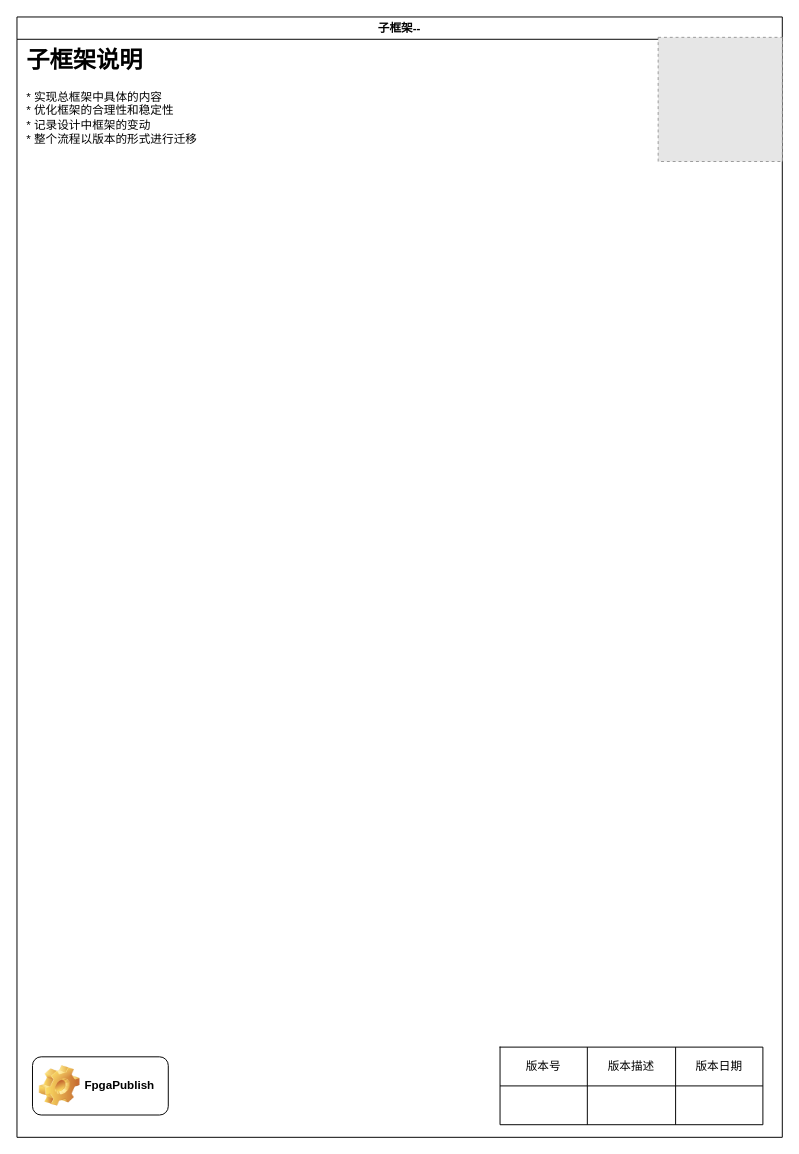
The draw.io diagram page "子框架1--摄像头" (2 of 3) of smart_eye_exec_flow/smart_eye_flow_manual.drawio in FpgaPublish/k0_smart_eye, before the edit. Source tidied: cells renumbered, new cells numbered last; positions are measured from the earlier drawing's top-left corner, leaving out a move shared by most shapes. Both pictures are drawn from the tidied source at 97%, with x=0, y=0 at pixel (16, 16). Pictures stored in the file or linked from it are replaced by grey dashed boxes.
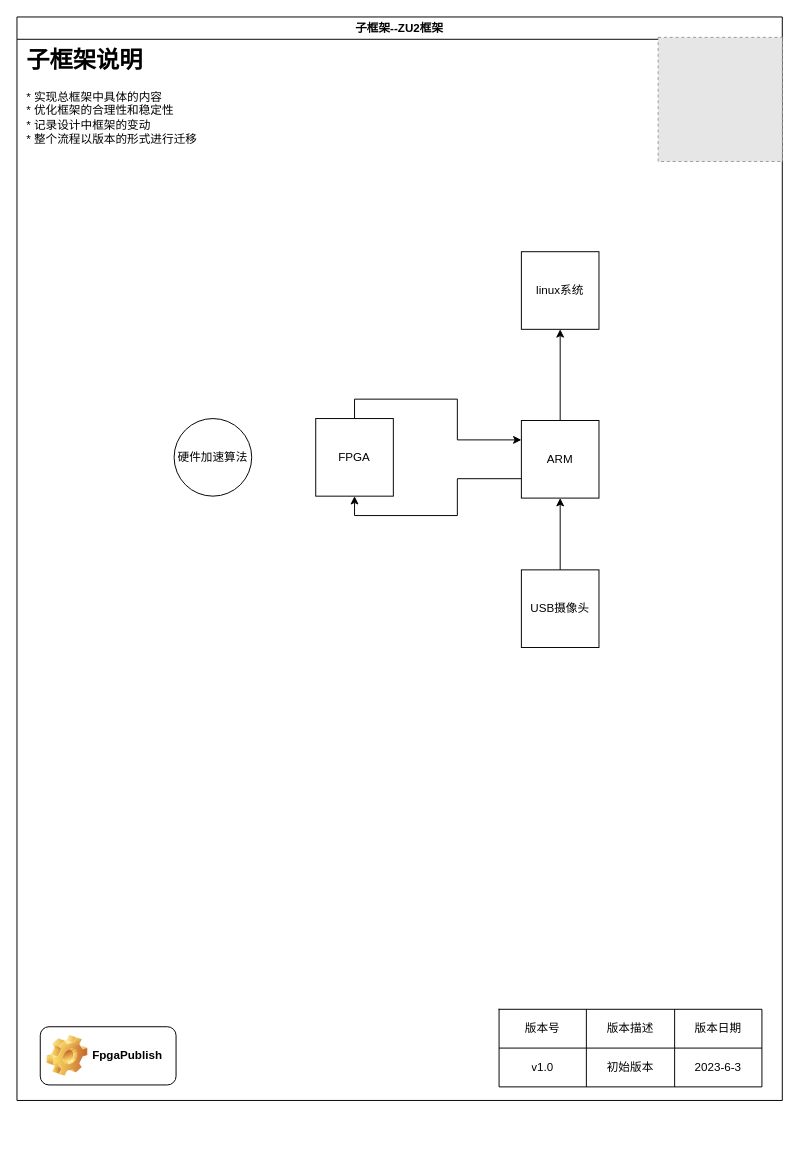
The same diagram, later.

Change to the diagram source:
```diff
@@
-    <mxCell id="2" value="子框架--" style="swimlane;" parent="1" vertex="1">
-      <mxGeometry width="789" height="1155" as="geometry" />
+    <mxCell id="2" value="子框架--ZU2框架" style="swimlane;" parent="1" vertex="1">
+      <mxGeometry width="789" height="1117" as="geometry" />
     </mxCell>
@@
-    <mxCell id="5" style="shape=table;startSize=0;childLayout=tableLayout;" parent="2" vertex="1">
-      <mxGeometry x="498" y="1062" width="271" height="80" as="geometry" />
-    </mxCell>
+    <mxCell id="14" value="FpgaPublish" style="label;whiteSpace=wrap;html=1;image=img/clipart/Gear_128x128.png;" parent="2" vertex="1">
+      <mxGeometry x="24" y="1041" width="140" height="60" as="geometry" />
+    </mxCell>
+    <mxCell id="15" style="edgeStyle=orthogonalEdgeStyle;rounded=0;jettySize=auto;html=1;exitX=0.5;exitY=0;exitDx=0;exitDy=0;entryX=0;entryY=0.25;entryDx=0;entryDy=0;" parent="2" edge="1" source="16" target="19">
+      <mxGeometry relative="1" as="geometry" />
+    </mxCell>
+    <mxCell id="16" value="FPGA" style="whiteSpace=wrap;html=1;" parent="2" vertex="1">
+      <mxGeometry x="308" y="414" width="80" height="80" as="geometry" />
+    </mxCell>
+    <mxCell id="17" style="edgeStyle=orthogonalEdgeStyle;rounded=0;jettySize=auto;html=1;exitX=0.5;exitY=0;exitDx=0;exitDy=0;entryX=0.5;entryY=1;entryDx=0;entryDy=0;" parent="2" edge="1" source="19" target="22">
+      <mxGeometry relative="1" as="geometry" />
+    </mxCell>
+    <mxCell id="18" style="edgeStyle=orthogonalEdgeStyle;rounded=0;jettySize=auto;html=1;exitX=0;exitY=0.75;exitDx=0;exitDy=0;entryX=0.5;entryY=1;entryDx=0;entryDy=0;" parent="2" edge="1" source="19" target="16">
+      <mxGeometry relative="1" as="geometry" />
+    </mxCell>
+    <mxCell id="19" value="ARM" style="whiteSpace=wrap;html=1;" parent="2" vertex="1">
+      <mxGeometry x="520" y="416" width="80" height="80" as="geometry" />
+    </mxCell>
+    <mxCell id="20" style="edgeStyle=orthogonalEdgeStyle;rounded=0;jettySize=auto;html=1;exitX=0.5;exitY=0;exitDx=0;exitDy=0;" parent="2" edge="1" source="21" target="19">
+      <mxGeometry relative="1" as="geometry" />
+    </mxCell>
+    <mxCell id="21" value="USB摄像头" style="whiteSpace=wrap;html=1;" parent="2" vertex="1">
+      <mxGeometry x="520" y="570" width="80" height="80" as="geometry" />
+    </mxCell>
+    <mxCell id="22" value="linux系统" style="whiteSpace=wrap;html=1;" parent="2" vertex="1">
+      <mxGeometry x="520" y="242" width="80" height="80" as="geometry" />
+    </mxCell>
+    <mxCell id="23" value="硬件加速算法" style="ellipse;whiteSpace=wrap;html=1;" parent="2" vertex="1">
+      <mxGeometry x="162" y="414" width="80" height="80" as="geometry" />
+    </mxCell>
+    <mxCell id="24" style="shape=table;startSize=0;childLayout=tableLayout;" parent="2" vertex="1">
+      <mxGeometry x="497" y="1023" width="271" height="80" as="geometry" />
+    </mxCell>
-    <mxCell id="6" style="shape=tableRow;horizontal=0;startSize=0;swimlaneHead=0;swimlaneBody=0;top=0;left=0;bottom=0;right=0;fillColor=none;" parent="5" vertex="1">
+    <mxCell id="6" style="shape=tableRow;horizontal=0;startSize=0;swimlaneHead=0;swimlaneBody=0;top=0;left=0;bottom=0;right=0;fillColor=none;" parent="24" vertex="1">
       <mxGeometry width="271" height="40" as="geometry" />
     </mxCell>
@@
-    <mxCell id="10" style="shape=tableRow;horizontal=0;startSize=0;swimlaneHead=0;swimlaneBody=0;top=0;left=0;bottom=0;right=0;fillColor=none;" parent="5" vertex="1">
+    <mxCell id="10" style="shape=tableRow;horizontal=0;startSize=0;swimlaneHead=0;swimlaneBody=0;top=0;left=0;bottom=0;right=0;fillColor=none;" parent="24" vertex="1">
       <mxGeometry y="40" width="271" height="40" as="geometry" />
     </mxCell>
-    <mxCell id="11" style="shape=partialRectangle;html=1;whiteSpace=wrap;overflow=hidden;fillColor=none;top=0;left=0;bottom=0;right=0;" parent="10" vertex="1">
-      <mxGeometry width="90" height="40" as="geometry" />
-    </mxCell>
-    <mxCell id="12" style="shape=partialRectangle;html=1;whiteSpace=wrap;overflow=hidden;fillColor=none;top=0;left=0;bottom=0;right=0;" parent="10" vertex="1">
-      <mxGeometry x="90" width="91" height="40" as="geometry" />
-    </mxCell>
-    <mxCell id="13" style="shape=partialRectangle;html=1;whiteSpace=wrap;overflow=hidden;fillColor=none;top=0;left=0;bottom=0;right=0;" parent="10" vertex="1">
-      <mxGeometry x="181" width="90" height="40" as="geometry" />
-    </mxCell>
-    <mxCell id="14" value="FpgaPublish" style="label;whiteSpace=wrap;html=1;image=img/clipart/Gear_128x128.png;" parent="2" vertex="1">
-      <mxGeometry x="16" y="1072" width="140" height="60" as="geometry" />
-    </mxCell>
+    <mxCell id="25" value="v1.0" style="shape=partialRectangle;html=1;whiteSpace=wrap;overflow=hidden;fillColor=none;top=0;left=0;bottom=0;right=0;" parent="10" vertex="1">
+      <mxGeometry width="90" height="40" as="geometry" />
+    </mxCell>
+    <mxCell id="26" value="初始版本" style="shape=partialRectangle;html=1;whiteSpace=wrap;overflow=hidden;fillColor=none;top=0;left=0;bottom=0;right=0;" parent="10" vertex="1">
+      <mxGeometry x="90" width="91" height="40" as="geometry" />
+    </mxCell>
+    <mxCell id="27" value="2023-6-3" style="shape=partialRectangle;html=1;whiteSpace=wrap;overflow=hidden;fillColor=none;top=0;left=0;bottom=0;right=0;" parent="10" vertex="1">
+      <mxGeometry x="181" width="90" height="40" as="geometry" />
+    </mxCell>
```
